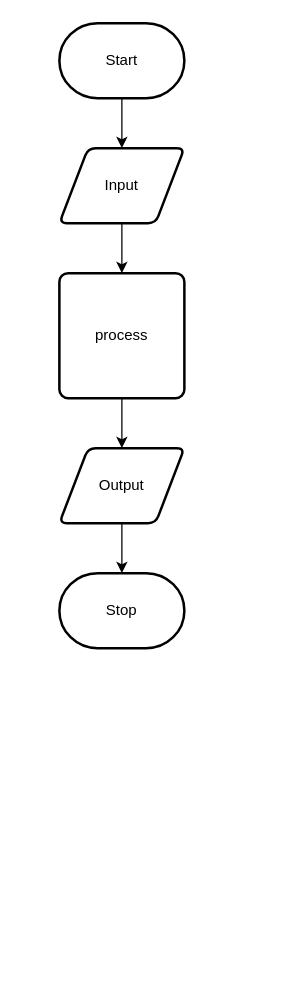
Justin-Lavoie16/Unit-6-03-JS keeps this draw.io diagram as design/flow-chart.drawio. Above is the earlier version. Source tidied: cells renumbered, new cells numbered last; positions are measured from the earlier drawing's top-left corner, leaving out a move shared by most shapes. Both pictures are drawn from the tidied source at 125%, with x=0, y=0 at pixel (59, 22).
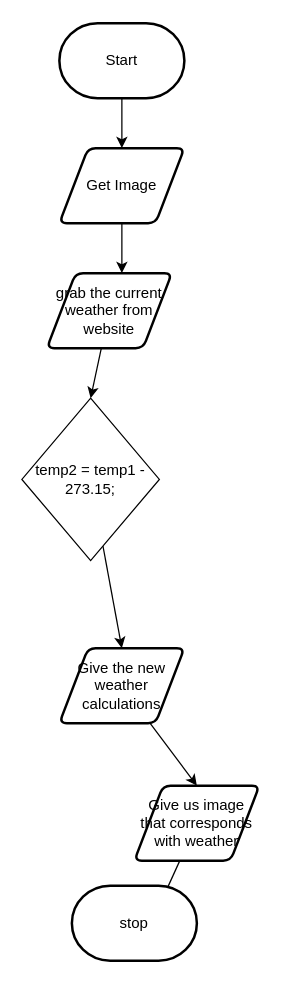
After the change.

The edit, as a diff of the source:
```diff
@@
 <mxGraphModel>
   <root>
     <mxCell id="0" />
     <mxCell id="1" parent="0" />
     <mxCell id="2" style="edgeStyle=none;html=1;" parent="1" edge="1" source="3" target="5">
       <mxGeometry relative="1" as="geometry" />
     </mxCell>
     <mxCell id="3" value="Start" style="strokeWidth=2;html=1;shape=mxgraph.flowchart.terminator;whiteSpace=wrap;" parent="1" vertex="1">
       <mxGeometry width="100" height="60" as="geometry" />
     </mxCell>
-    <mxCell id="4" style="edgeStyle=none;html=1;" parent="1" edge="1" source="5" target="7">
-      <mxGeometry relative="1" as="geometry" />
+    <mxCell id="4" style="edgeStyle=none;html=1;" parent="1" edge="1" source="5">
+      <mxGeometry relative="1" as="geometry">
+        <mxPoint x="50" y="200" as="targetPoint" />
+      </mxGeometry>
     </mxCell>
-    <mxCell id="5" value="Input" style="shape=parallelogram;html=1;strokeWidth=2;perimeter=parallelogramPerimeter;whiteSpace=wrap;rounded=1;arcSize=12;size=0.23;" parent="1" vertex="1">
+    <mxCell id="5" value="Get Image" style="shape=parallelogram;html=1;strokeWidth=2;perimeter=parallelogramPerimeter;whiteSpace=wrap;rounded=1;arcSize=12;size=0.23;" parent="1" vertex="1">
       <mxGeometry y="100" width="100" height="60" as="geometry" />
     </mxCell>
-    <mxCell id="6" style="edgeStyle=none;html=1;" parent="1" edge="1" source="7" target="9">
-      <mxGeometry relative="1" as="geometry" />
-    </mxCell>
-    <mxCell id="7" value="process" style="rounded=1;whiteSpace=wrap;html=1;absoluteArcSize=1;arcSize=14;strokeWidth=2;" parent="1" vertex="1">
-      <mxGeometry y="200" width="100" height="100" as="geometry" />
-    </mxCell>
-    <mxCell id="8" style="edgeStyle=none;html=1;" parent="1" edge="1" source="9" target="10">
-      <mxGeometry relative="1" as="geometry" />
-    </mxCell>
-    <mxCell id="9" value="Output" style="shape=parallelogram;html=1;strokeWidth=2;perimeter=parallelogramPerimeter;whiteSpace=wrap;rounded=1;arcSize=12;size=0.23;" parent="1" vertex="1">
-      <mxGeometry y="340" width="100" height="60" as="geometry" />
-    </mxCell>
-    <mxCell id="10" value="Stop" style="strokeWidth=2;html=1;shape=mxgraph.flowchart.terminator;whiteSpace=wrap;" parent="1" vertex="1">
-      <mxGeometry y="440" width="100" height="60" as="geometry" />
-    </mxCell>
+    <mxCell id="11" style="edgeStyle=none;html=1;entryX=0.5;entryY=0;entryDx=0;entryDy=0;" parent="1" edge="1" source="12" target="14">
+      <mxGeometry relative="1" as="geometry" />
+    </mxCell>
+    <mxCell id="12" value="grab the current weather from website" style="shape=parallelogram;html=1;strokeWidth=2;perimeter=parallelogramPerimeter;whiteSpace=wrap;rounded=1;arcSize=12;size=0.23;" parent="1" vertex="1">
+      <mxGeometry x="-10" y="200" width="100" height="60" as="geometry" />
+    </mxCell>
+    <mxCell id="13" style="edgeStyle=none;html=1;entryX=0.5;entryY=0;entryDx=0;entryDy=0;" parent="1" edge="1" source="14" target="16">
+      <mxGeometry relative="1" as="geometry" />
+    </mxCell>
+    <mxCell id="14" value="temp2 = temp1 - 273.15;" style="rhombus;whiteSpace=wrap;html=1;" parent="1" vertex="1">
+      <mxGeometry x="-30" y="300" width="110" height="130" as="geometry" />
+    </mxCell>
+    <mxCell id="15" style="edgeStyle=none;html=1;entryX=0.5;entryY=0;entryDx=0;entryDy=0;" parent="1" edge="1" source="16" target="18">
+      <mxGeometry relative="1" as="geometry" />
+    </mxCell>
+    <mxCell id="16" value="Give the new weather calculations" style="shape=parallelogram;html=1;strokeWidth=2;perimeter=parallelogramPerimeter;whiteSpace=wrap;rounded=1;arcSize=12;size=0.23;" parent="1" vertex="1">
+      <mxGeometry y="500" width="100" height="60" as="geometry" />
+    </mxCell>
+    <mxCell id="17" style="edgeStyle=none;html=1;entryX=0.5;entryY=1;entryDx=0;entryDy=0;entryPerimeter=0;" parent="1" edge="1" source="18" target="19">
+      <mxGeometry relative="1" as="geometry" />
+    </mxCell>
+    <mxCell id="18" value="Give us image that corresponds with weather" style="shape=parallelogram;html=1;strokeWidth=2;perimeter=parallelogramPerimeter;whiteSpace=wrap;rounded=1;arcSize=12;size=0.23;" parent="1" vertex="1">
+      <mxGeometry x="60" y="610" width="100" height="60" as="geometry" />
+    </mxCell>
+    <mxCell id="19" value="stop" style="strokeWidth=2;html=1;shape=mxgraph.flowchart.terminator;whiteSpace=wrap;" parent="1" vertex="1">
+      <mxGeometry x="10" y="690" width="100" height="60" as="geometry" />
+    </mxCell>
   </root>
 </mxGraphModel>
```
